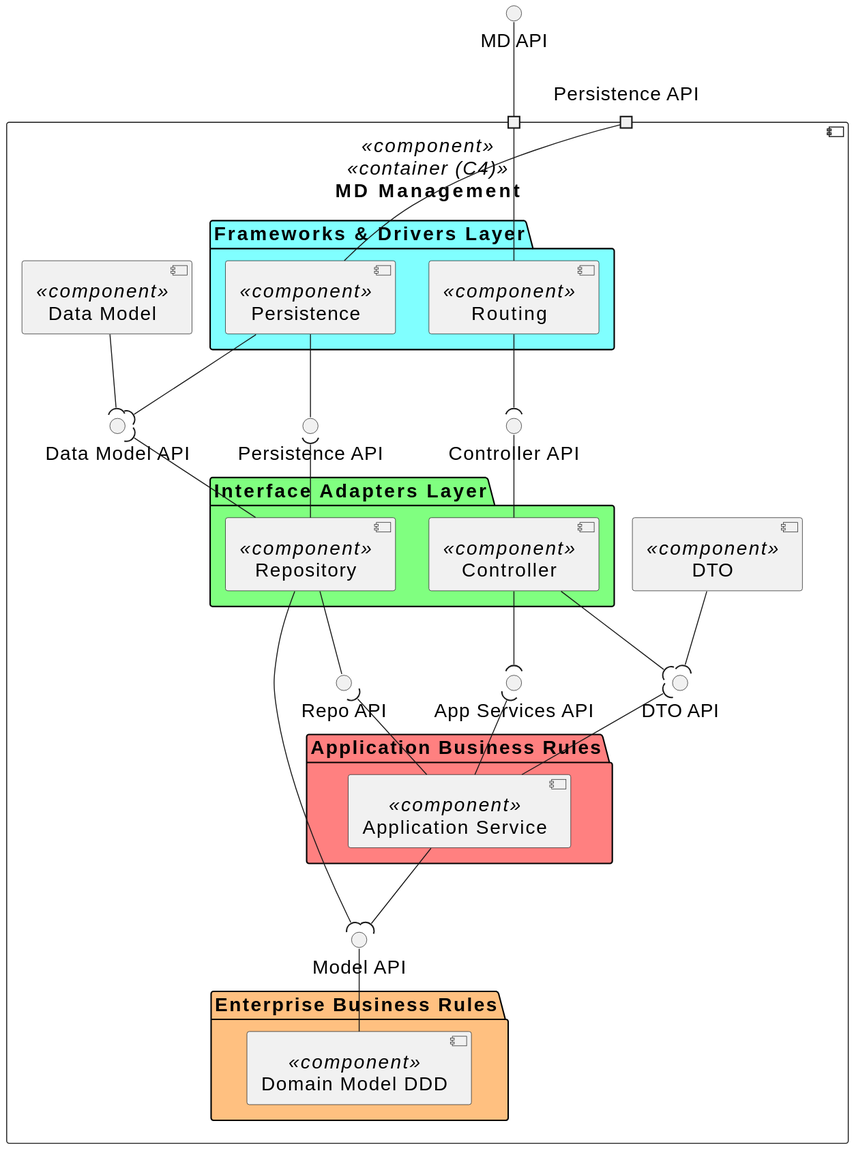
Before: _wiki/views/level-3/mdm-logical-view/assets/logical-view.svg, a diagram exported from PlantUML (miseEnPlace-dev/lapr5). The source it was exported from:
```plantuml
@startuml
skinparamlocked defaultFontSize 20

top to bottom direction

interface "MD API" as API

component "MD Management" as MDM <<component>> <<container (C4)>> {
  portin " " as P1
  portin "Persistence API" as P2

  Interface "Controller API" as CTRL_API
  Interface "Data Model API" as DATA_API


  folder "Frameworks & Drivers Layer" #80FFFF {
    component "Routing" as ROUTE <<component>> {
    }
    component "Persistence" as PERSISTENCE <<component>> {
    }
  }

  component "Data Model" as DATA <<component>> {
  }
  component "DTO" as DTO <<component>> {
  }

  Interface "App Services API" AS SRV_API
  Interface "DTO API" AS DTO_API
  Interface "Repo API" AS REPO_API
  Interface "Model API" AS MODEL_API
  Interface "Persistence API" AS PERSISTENCE_API

  folder "Interface Adapters Layer" #80FF80 {
    component "Controller" as CTRL <<component>> {
    }
    component "Repository" as REPO <<component>> {
    }
  }

  folder "Application Business Rules" #FF8080 {
    component "Application Service" as SRV <<component>> {
    }
  }

  folder "Enterprise Business Rules" #FFC080 {
    component "Domain Model DDD" as MODEL <<component>> {
    }
  }
}

API -- P1

ROUTE --- P1
PERSISTENCE -- P2

ROUTE --( CTRL_API
CTRL -up- CTRL_API
PERSISTENCE -- PERSISTENCE_API
REPO -up-( PERSISTENCE_API
PERSISTENCE --( DATA_API
REPO -up-( DATA_API
DATA --( DATA_API

CTRL --( SRV_API
SRV -up-( SRV_API
SRV -up-( DTO_API
CTRL --( DTO_API
DTO --( DTO_API

REPO -- REPO_API
SRV -up-( REPO_API

SRV --( MODEL_API
REPO --( MODEL_API
MODEL -up- MODEL_API
@enduml
```
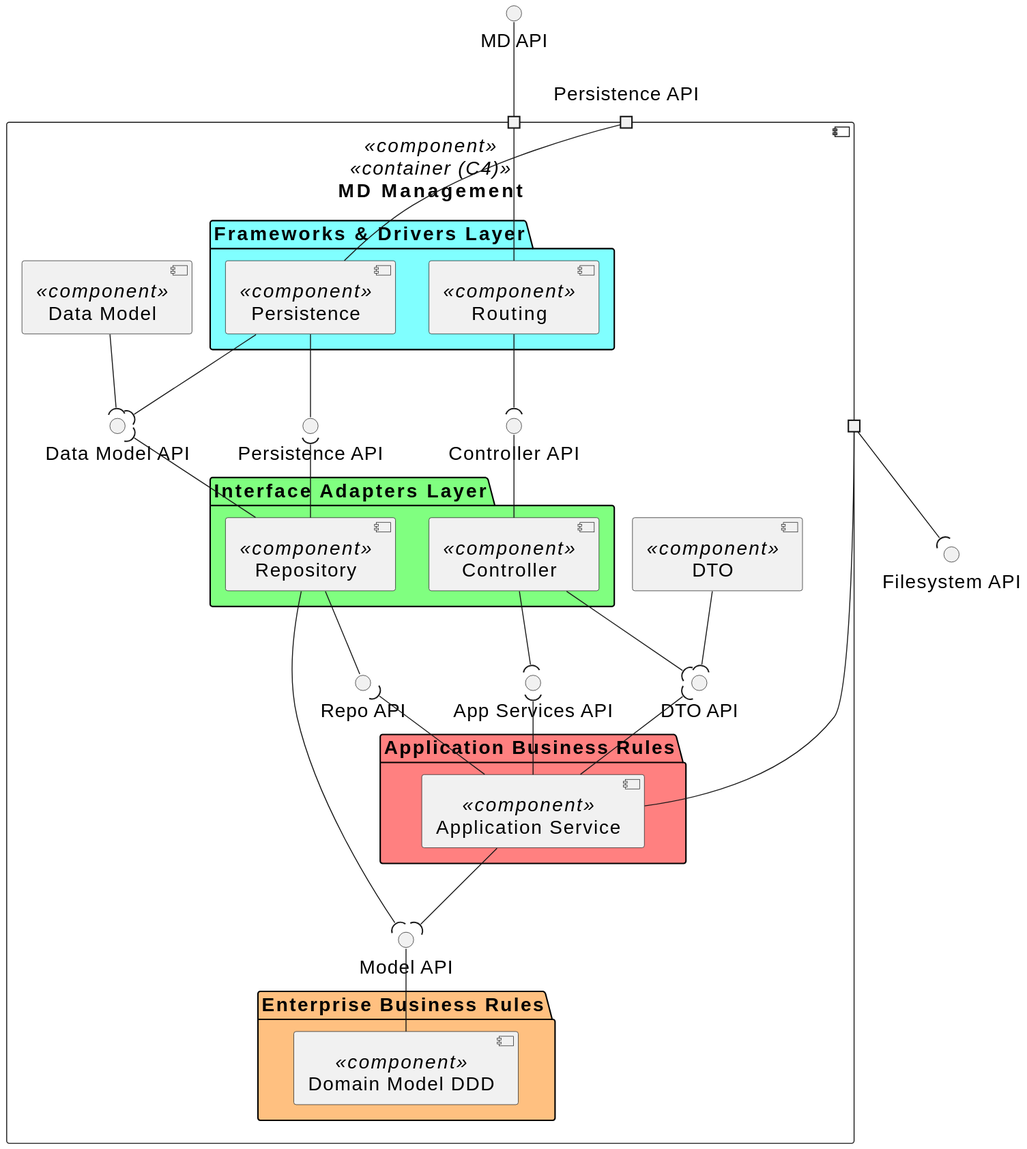
After the commit.

Commit message:
chore: changed folder of logical view

Change to the diagram source:
```diff
@@ -4,10 +4,12 @@
 top to bottom direction
 
 interface "MD API" as API
+interface "Filesystem API" as FS
 
 component "MD Management" as MDM <<component>> <<container (C4)>> {
   portin " " as P1
   portin "Persistence API" as P2
+  portout " " as P3
 
   Interface "Controller API" as CTRL_API
   Interface "Data Model API" as DATA_API
@@ -53,6 +55,8 @@
 
 ROUTE --- P1
 PERSISTENCE -- P2
+P3 --( FS
+
 
 ROUTE --( CTRL_API
 CTRL -up- CTRL_API
@@ -65,6 +69,7 @@
 CTRL --( SRV_API
 SRV -up-( SRV_API
 SRV -up-( DTO_API
+SRV -- P3
 CTRL --( DTO_API
 DTO --( DTO_API
 
```
